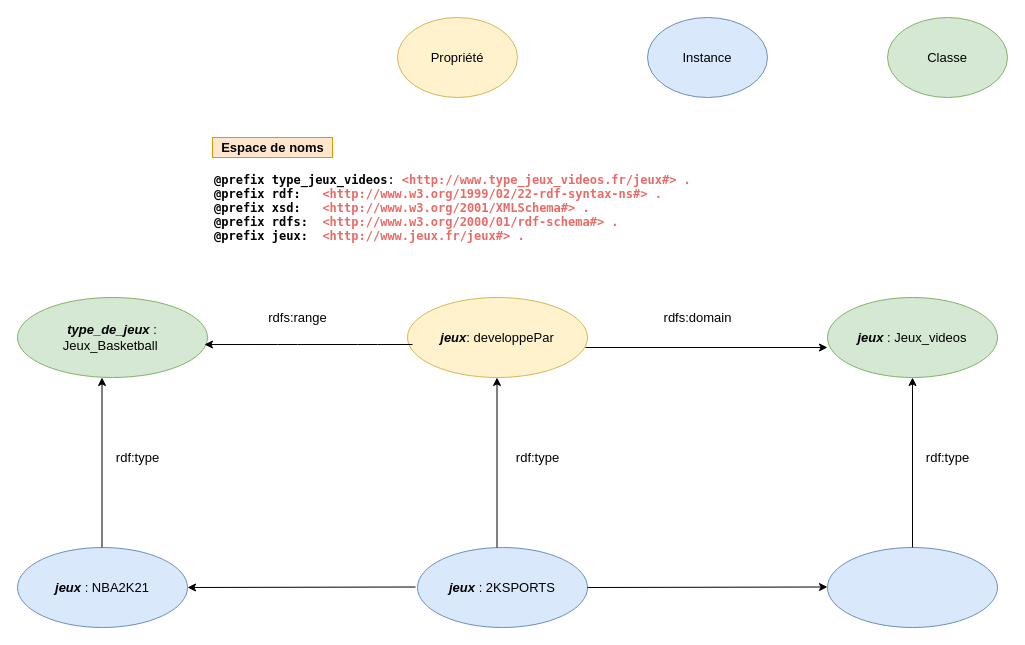
Before: page "Page-7" (5 of 5) of IHM (3).drawio in steven-azar/IHM, a draw.io diagram. Source tidied: cells renumbered, new cells numbered last; positions are measured from the earlier drawing's top-left corner, leaving out a move shared by most shapes. Both pictures are drawn from the tidied source at 100%, with x=0, y=0 at pixel (17, 17).
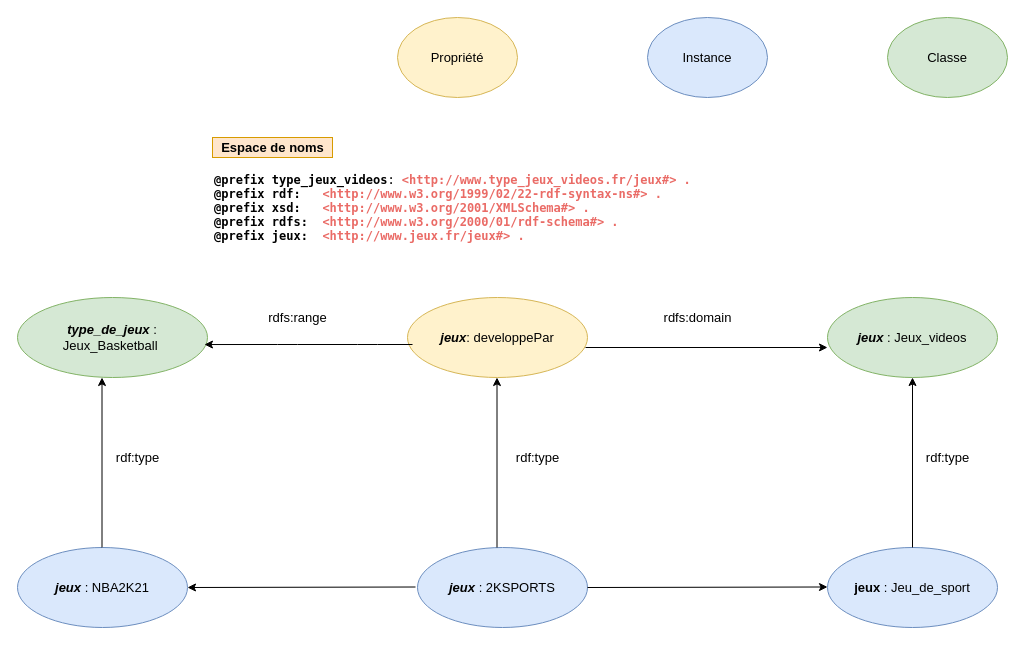
The same page after the edit.

Diff of the diagram source:
```diff
@@
-    <mxCell id="16" style="ellipse;whiteSpace=wrap;html=1;fontSize=13;fillColor=#dae8fc;strokeColor=#6c8ebf;" parent="1" vertex="1">
+    <mxCell id="16" value="&lt;b&gt;jeux&lt;/b&gt; : Jeu_de_sport" style="ellipse;whiteSpace=wrap;html=1;fontSize=13;fillColor=#dae8fc;strokeColor=#6c8ebf;" parent="1" vertex="1">
       <mxGeometry x="810" y="530" width="170" height="80" as="geometry" />
     </mxCell>
```
